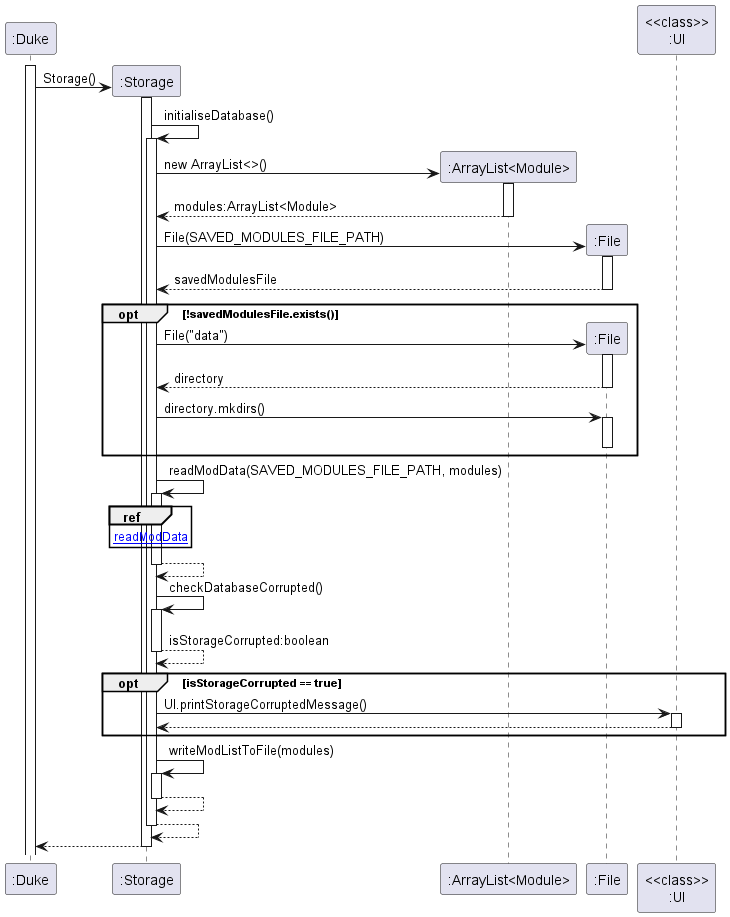
Before: docs/diagrams/Storage/Storage.png, a diagram exported from PlantUML (nus-cs2113-AY2223S2/tp). Its diagram source:
```plantuml
@startuml



activate ":Duke"
create ":Storage"
":Duke" -> ":Storage" : Storage()
activate ":Storage"
":Storage" -> ":Storage" : initialiseDatabase()
activate ":Storage"
create ":ArrayList<Module>"
":Storage" -> ":ArrayList<Module>" : new ArrayList<>()
activate ":ArrayList<Module>"
":Storage" <-- ":ArrayList<Module>" : modules:ArrayList<Module>
deactivate ":ArrayList<Module>"
create ":File"
":Storage" -> ":File" : File(SAVED_MODULES_FILE_PATH)
activate ":File"
":Storage" <-- ":File" : savedModulesFile
deactivate ":File"

opt !savedModulesFile.exists()
create ":File"
":Storage" -> ":File" : File("data")
activate ":File"
":Storage" <-- ":File" : directory
deactivate ":File"
":Storage" -> ":File" : directory.mkdirs()
activate ":File"
deactivate ":File"
end
":Storage" -> ":Storage" : readModData(SAVED_MODULES_FILE_PATH, modules)
activate ":Storage"
ref over ":Storage" : [[readModData{diagrams%2FStorage%2FreadModData.png}]]
":Storage" --> ":Storage"
deactivate ":Storage"
":Storage" -> ":Storage" : checkDatabaseCorrupted()
activate ":Storage"
":Storage" --> ":Storage" : isStorageCorrupted:boolean
deactivate ":Storage"
opt isStorageCorrupted == true
":Storage" -> "<<class>>\n:UI" : UI.printStorageCorruptedMessage()
activate "<<class>>\n:UI"
":Storage" <-- "<<class>>\n:UI"
deactivate "<<class>>\n:UI"
end
":Storage" -> ":Storage" : writeModListToFile(modules)
activate ":Storage"
":Storage" --> ":Storage"
deactivate ":Storage"
":Storage" --> ":Storage"
deactivate ":Storage"
":Storage" --> ":Duke"
deactivate ":Storage"


@enduml
```
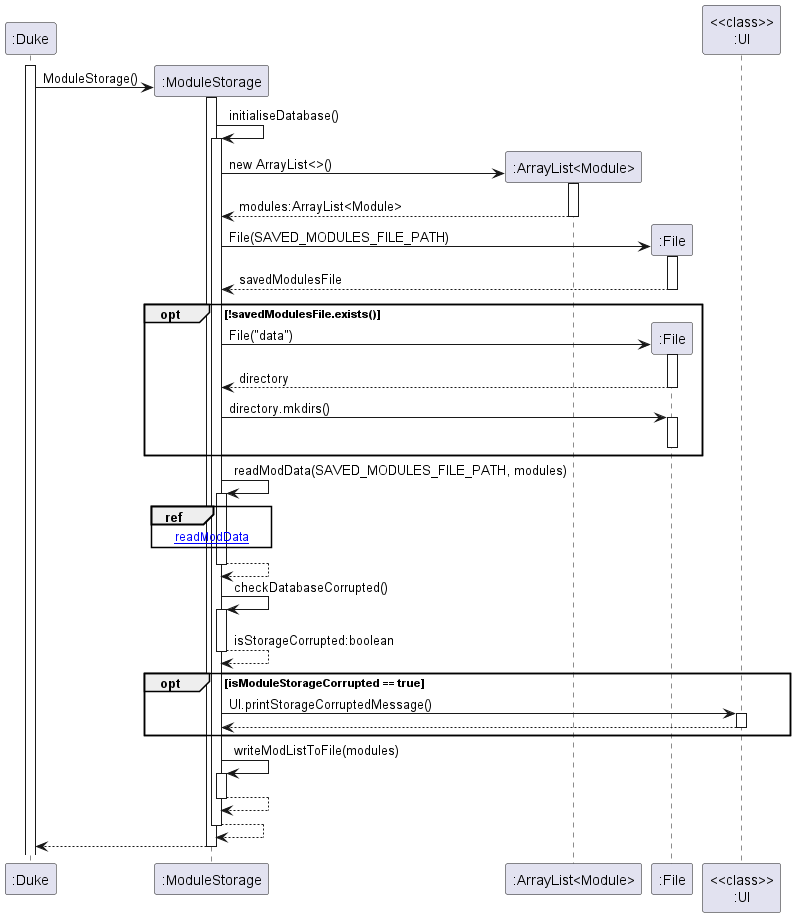
The same file after the commit.

Commit message:
Change Storage to ModuleStorage in Sequence Diagrams and update png file

The edit, as a diff of the source:
```diff
@@ -3,55 +3,55 @@
 
 
 activate ":Duke"
-create ":Storage"
-":Duke" -> ":Storage" : Storage()
-activate ":Storage"
-":Storage" -> ":Storage" : initialiseDatabase()
-activate ":Storage"
+create ":ModuleStorage"
+":Duke" -> ":ModuleStorage" : ModuleStorage()
+activate ":ModuleStorage"
+":ModuleStorage" -> ":ModuleStorage" : initialiseDatabase()
+activate ":ModuleStorage"
 create ":ArrayList<Module>"
-":Storage" -> ":ArrayList<Module>" : new ArrayList<>()
+":ModuleStorage" -> ":ArrayList<Module>" : new ArrayList<>()
 activate ":ArrayList<Module>"
-":Storage" <-- ":ArrayList<Module>" : modules:ArrayList<Module>
+":ModuleStorage" <-- ":ArrayList<Module>" : modules:ArrayList<Module>
 deactivate ":ArrayList<Module>"
 create ":File"
-":Storage" -> ":File" : File(SAVED_MODULES_FILE_PATH)
+":ModuleStorage" -> ":File" : File(SAVED_MODULES_FILE_PATH)
 activate ":File"
-":Storage" <-- ":File" : savedModulesFile
+":ModuleStorage" <-- ":File" : savedModulesFile
 deactivate ":File"
 
 opt !savedModulesFile.exists()
 create ":File"
-":Storage" -> ":File" : File("data")
+":ModuleStorage" -> ":File" : File("data")
 activate ":File"
-":Storage" <-- ":File" : directory
+":ModuleStorage" <-- ":File" : directory
 deactivate ":File"
-":Storage" -> ":File" : directory.mkdirs()
+":ModuleStorage" -> ":File" : directory.mkdirs()
 activate ":File"
 deactivate ":File"
 end
-":Storage" -> ":Storage" : readModData(SAVED_MODULES_FILE_PATH, modules)
-activate ":Storage"
-ref over ":Storage" : [[readModData{diagrams%2FStorage%2FreadModData.png}]]
-":Storage" --> ":Storage"
-deactivate ":Storage"
-":Storage" -> ":Storage" : checkDatabaseCorrupted()
-activate ":Storage"
-":Storage" --> ":Storage" : isStorageCorrupted:boolean
-deactivate ":Storage"
-opt isStorageCorrupted == true
-":Storage" -> "<<class>>\n:UI" : UI.printStorageCorruptedMessage()
+":ModuleStorage" -> ":ModuleStorage" : readModData(SAVED_MODULES_FILE_PATH, modules)
+activate ":ModuleStorage"
+ref over ":ModuleStorage" : [[readModData{diagrams%2FStorage%2FreadModData.png}]]
+":ModuleStorage" --> ":ModuleStorage"
+deactivate ":ModuleStorage"
+":ModuleStorage" -> ":ModuleStorage" : checkDatabaseCorrupted()
+activate ":ModuleStorage"
+":ModuleStorage" --> ":ModuleStorage" : isStorageCorrupted:boolean
+deactivate ":ModuleStorage"
+opt isModuleStorageCorrupted == true
+":ModuleStorage" -> "<<class>>\n:UI" : UI.printStorageCorruptedMessage()
 activate "<<class>>\n:UI"
-":Storage" <-- "<<class>>\n:UI"
+":ModuleStorage" <-- "<<class>>\n:UI"
 deactivate "<<class>>\n:UI"
 end
-":Storage" -> ":Storage" : writeModListToFile(modules)
-activate ":Storage"
-":Storage" --> ":Storage"
-deactivate ":Storage"
-":Storage" --> ":Storage"
-deactivate ":Storage"
-":Storage" --> ":Duke"
-deactivate ":Storage"
+":ModuleStorage" -> ":ModuleStorage" : writeModListToFile(modules)
+activate ":ModuleStorage"
+":ModuleStorage" --> ":ModuleStorage"
+deactivate ":ModuleStorage"
+":ModuleStorage" --> ":ModuleStorage"
+deactivate ":ModuleStorage"
+":ModuleStorage" --> ":Duke"
+deactivate ":ModuleStorage"
 
 
 @enduml
```
